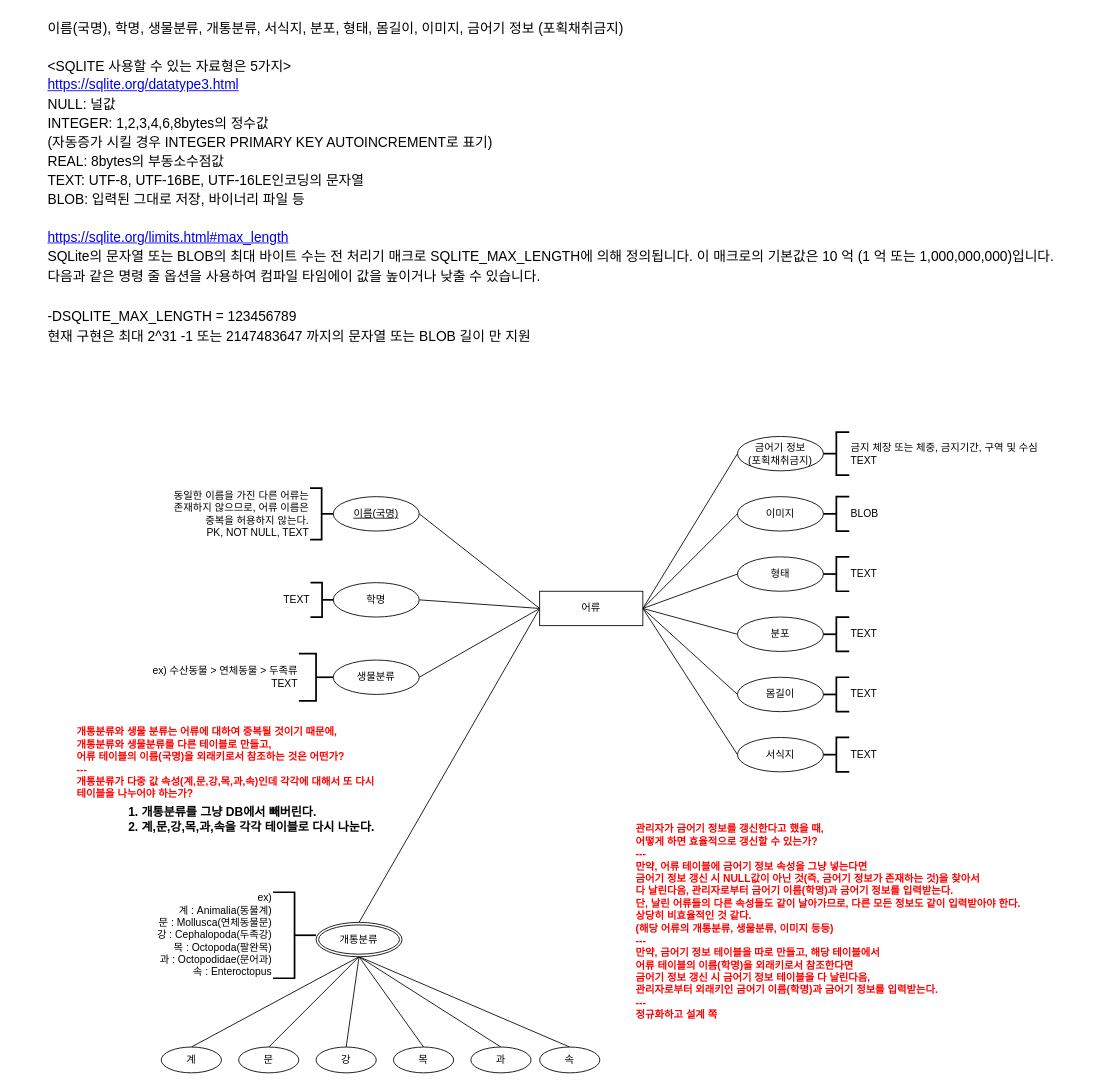
The draw.io diagram page "DB 설계" (5 of 5) of 설계/설계.drawio in 2021-KNU-Capstone-Team1/FishDic, before the edit. Source tidied: cells renumbered, new cells numbered last; positions are measured from the earlier drawing's top-left corner, leaving out a move shared by most shapes. Both pictures are drawn from the tidied source at 86%, with x=0, y=0 at pixel (15, 15).
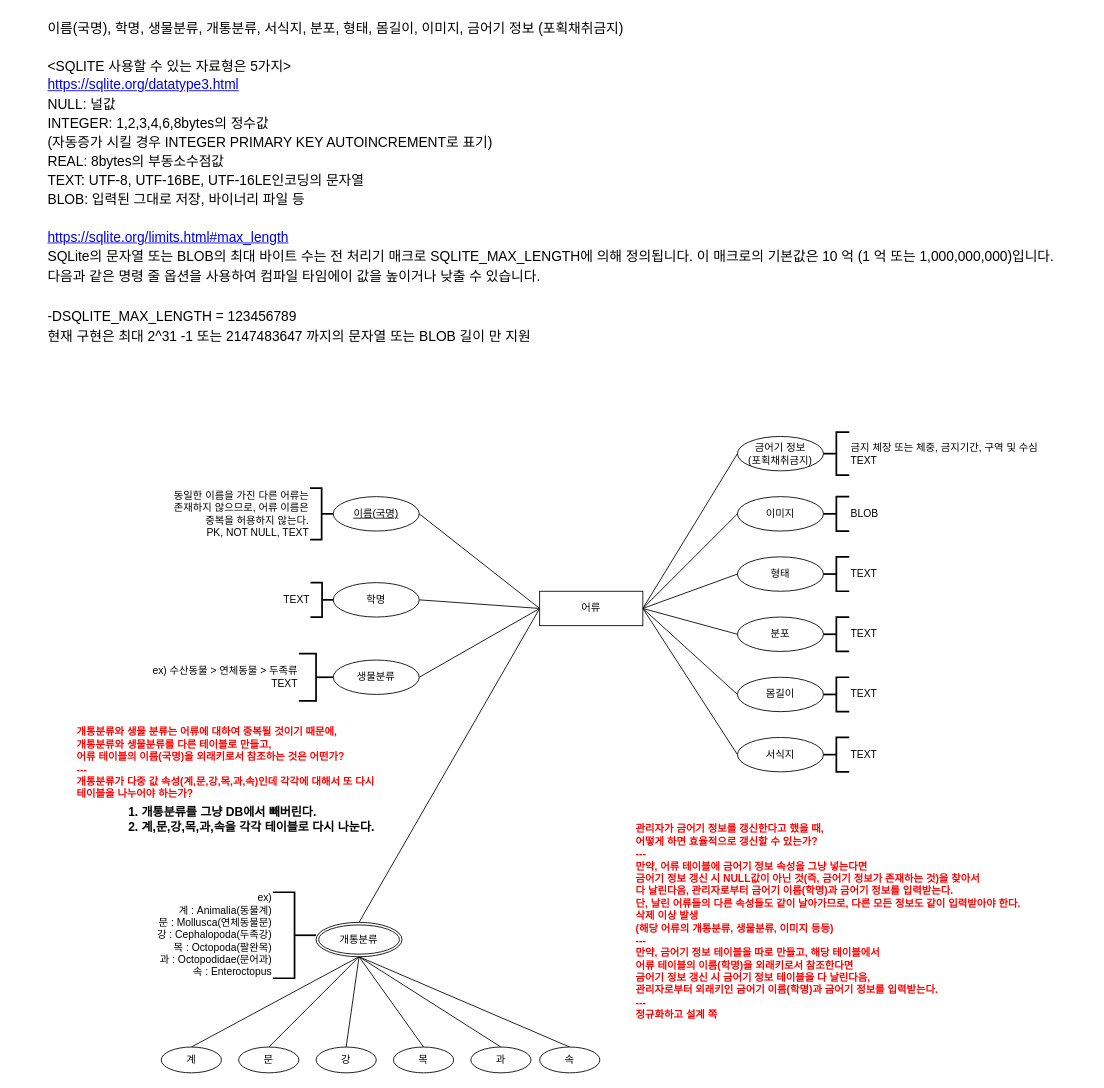
The same page after the edit.

Change to the diagram source:
```diff
@@
-    <mxCell id="27" value="관리자가 금어기 정보를 갱신한다고 했을 때,&lt;br&gt;어떻게 하면 효율적으로 갱신할 수 있는가?&lt;br&gt;---&lt;br&gt;&lt;div&gt;만약, 어류 테이블에 금어기 정보 속성을 그냥 넣는다면&lt;/div&gt;&lt;div&gt;금어기 정보 갱신 시 NULL값이 아닌 것(즉, 금어기 정보가 존재하는 것)을 찾아서&amp;nbsp;&lt;span&gt;&amp;nbsp;&lt;/span&gt;&lt;/div&gt;다 날린다음, 관리자로부터 금어기 이름(학명)과 금어기 정보를 입력받는다.&lt;br&gt;단, 날린 어류들의 다른 속성들도 같이 날아가므로, 다른 모든 정보도 같이 입력받아야 한다.&lt;br&gt;상당히 비효율적인 것 같다.&lt;br&gt;(해당 어류의 개통분류, 생물분류, 이미지 등등)&lt;br&gt;&lt;div&gt;---&lt;/div&gt;&lt;div&gt;만약, 금어기 정보 테이블을 따로 만들고, 해당 테이블에서&lt;/div&gt;&lt;div&gt;어류 테이블의 이름(학명)을 외래키로서 참조한다면&lt;/div&gt;&lt;div&gt;금어기 정보 갱신 시 금어기 정보 테이블을 다 날린다음,&lt;/div&gt;&lt;div&gt;관리자로부터 외래키인 금어기 이름(학명)과 금어기 정보를 입력받는다.&lt;/div&gt;&lt;div&gt;---&lt;/div&gt;&lt;div&gt;정규화하고 설계 쪽&lt;/div&gt;" style="text;html=1;align=left;verticalAlign=middle;fontStyle=1;fontColor=#FF0000;" parent="1" vertex="1">
+    <mxCell id="27" value="관리자가 금어기 정보를 갱신한다고 했을 때,&lt;br&gt;어떻게 하면 효율적으로 갱신할 수 있는가?&lt;br&gt;---&lt;br&gt;&lt;div&gt;만약, 어류 테이블에 금어기 정보 속성을 그냥 넣는다면&lt;/div&gt;&lt;div&gt;금어기 정보 갱신 시 NULL값이 아닌 것(즉, 금어기 정보가 존재하는 것)을 찾아서&amp;nbsp;&lt;span&gt;&amp;nbsp;&lt;/span&gt;&lt;/div&gt;다 날린다음, 관리자로부터 금어기 이름(학명)과 금어기 정보를 입력받는다.&lt;br&gt;단, 날린 어류들의 다른 속성들도 같이 날아가므로, 다른 모든 정보도 같이 입력받아야 한다.&lt;br&gt;삭제 이상 발생&lt;br&gt;(해당 어류의 개통분류, 생물분류, 이미지 등등)&lt;br&gt;&lt;div&gt;---&lt;/div&gt;&lt;div&gt;만약, 금어기 정보 테이블을 따로 만들고, 해당 테이블에서&lt;/div&gt;&lt;div&gt;어류 테이블의 이름(학명)을 외래키로서 참조한다면&lt;/div&gt;&lt;div&gt;금어기 정보 갱신 시 금어기 정보 테이블을 다 날린다음,&lt;/div&gt;&lt;div&gt;관리자로부터 외래키인 금어기 이름(학명)과 금어기 정보를 입력받는다.&lt;/div&gt;&lt;div&gt;---&lt;/div&gt;&lt;div&gt;정규화하고 설계 쪽&lt;/div&gt;" style="text;html=1;align=left;verticalAlign=middle;fontStyle=1;fontColor=#FF0000;" parent="1" vertex="1">
       <mxGeometry x="720" y="940" width="500" height="230" as="geometry" />
     </mxCell>
```
